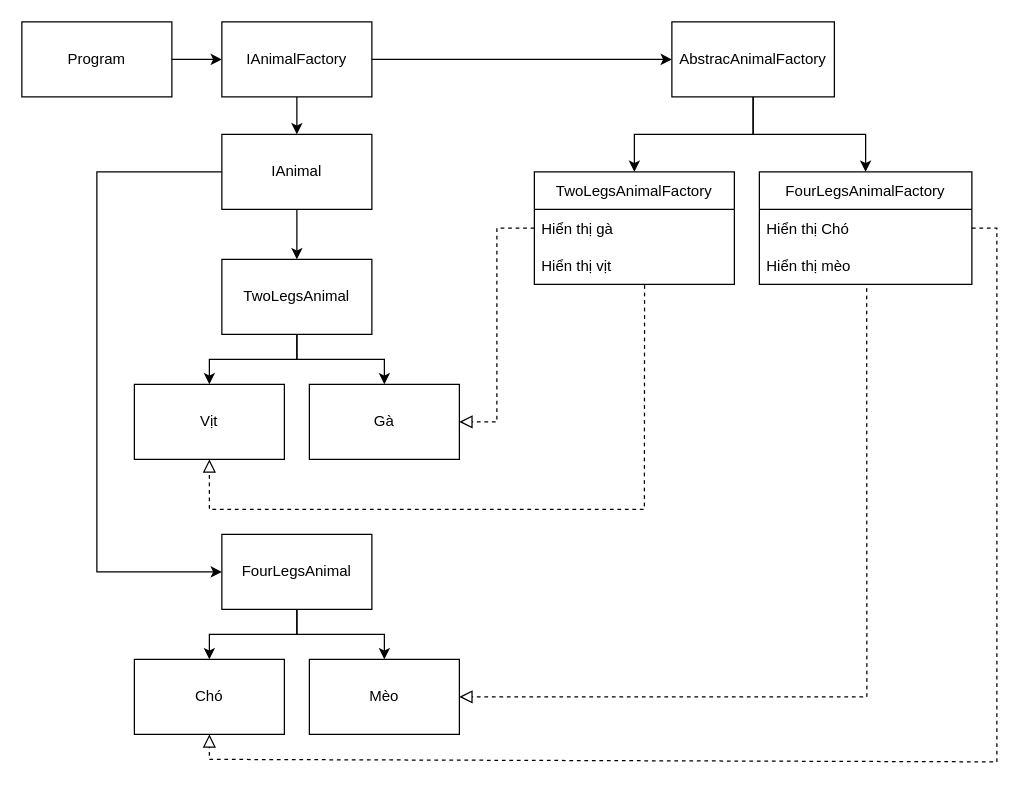
haihak/haihak keeps this draw.io diagram as Abstract Factory.drawio. Above is the earlier version. Source tidied: cells renumbered, new cells numbered last; positions are measured from the earlier drawing's top-left corner, leaving out a move shared by most shapes. Both pictures are drawn from the tidied source at 125%, with x=0, y=0 at pixel (21, 21).
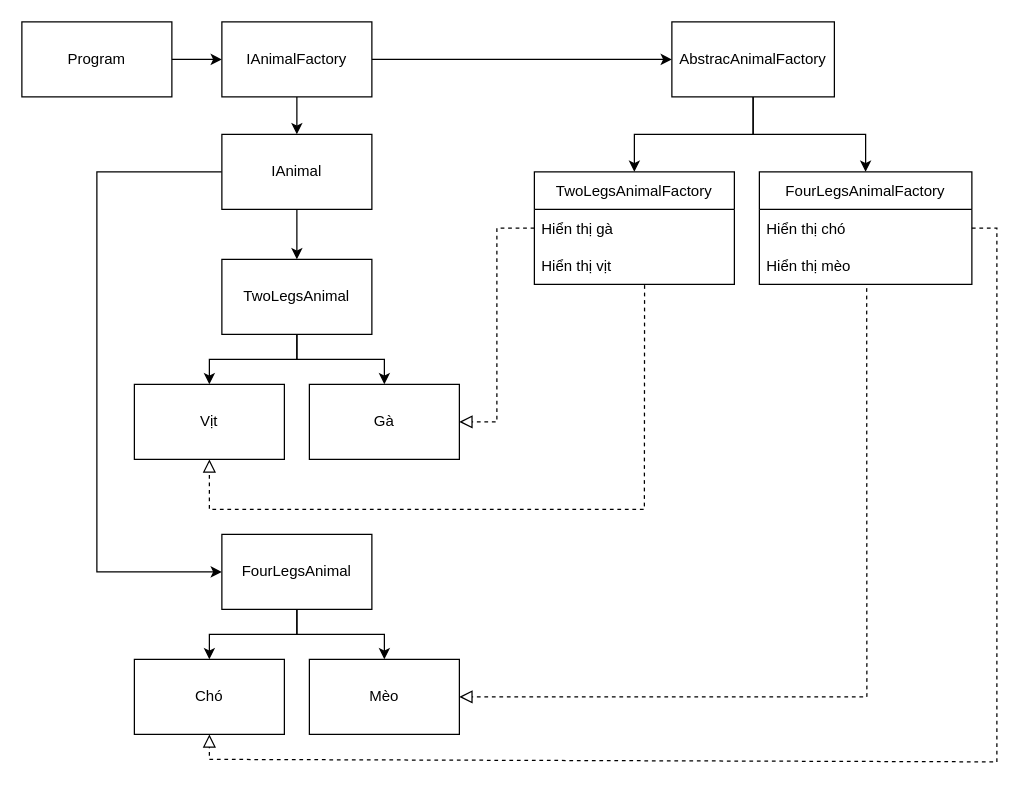
Above is the later version.

Unchanged cells that the change refers to:
```xml
<mxCell id="16" value="FourLegsAnimalFactory" style="swimlane;fontStyle=0;horizontal=1;startSize=30;" parent="1" vertex="1">
  <mxGeometry x="590" y="120" width="170" height="90" as="geometry" />
</mxCell>
```

Change to the diagram source:
```diff
@@
-    <mxCell id="17" value="Hiển thị Chó" style="text;strokeColor=none;fillColor=none;align=left;verticalAlign=middle;spacingLeft=4;spacingRight=4;overflow=hidden;points=[[0,0.5],[1,0.5]];portConstraint=eastwest;" parent="16" vertex="1">
+    <mxCell id="17" value="Hiển thị chó" style="text;strokeColor=none;fillColor=none;align=left;verticalAlign=middle;spacingLeft=4;spacingRight=4;overflow=hidden;points=[[0,0.5],[1,0.5]];portConstraint=eastwest;" parent="16" vertex="1">
       <mxGeometry y="30" width="170" height="30" as="geometry" />
     </mxCell>
```
